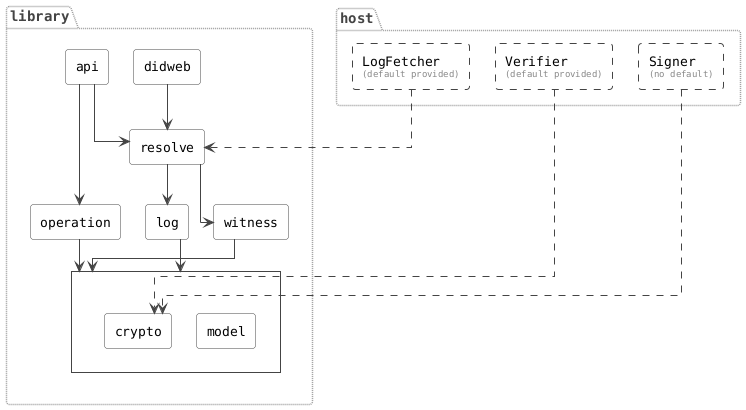
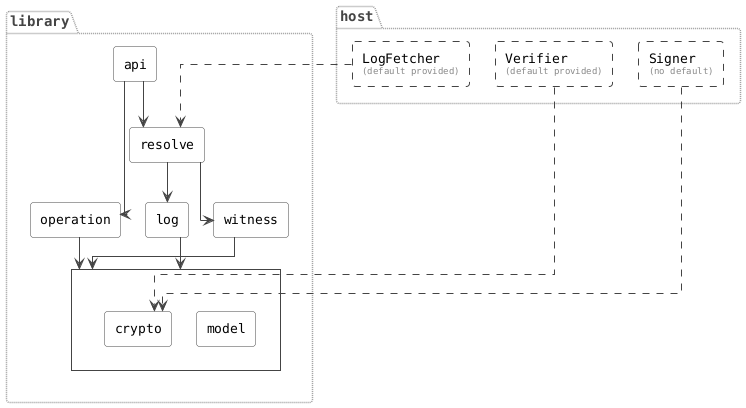
@startuml architecture-overview

' Package-level view of the principal packages and the direction of control
' (not every import), mirroring the abstraction used in the thesis figure it
' substitutes. Deliberately excludes the util/exception packages and the
' shared types in the root package.
'
' model and crypto carry no logic of their own and are used the same way by
' operation, log and witness alike; those three point at the shared "base"
' group with a single arrow rather than at model/crypto separately, so the
' group reads as "uses both" instead of drawing 6 individually crossing
' edges for a 3x2 relationship.

skinparam shadowing false
skinparam nodesep 25
skinparam ranksep 40
skinparam componentStyle rectangle
skinparam defaultFontName "DejaVu Sans Mono"
skinparam defaultFontSize 13
skinparam roundcorner 6
skinparam linetype ortho

skinparam component {
  BackgroundColor White
  BorderColor #444444
  FontSize 13
}
skinparam package {
  BackgroundColor transparent
  BorderColor #999999
  BorderStyle dotted
  FontSize 14
  FontStyle bold
  FontColor #444444
}
skinparam rectangle {
  BorderColor #444444
  RoundCorner 0
}
skinparam ArrowColor #444444

package "library" {
-   together {
-     component "api" as api
-     component "didweb" as didweb
-   }
- 
+   component "api" as api
  component "resolve" as resolve

  together {
    component "operation" as operation
    component "log" as log
    component "witness" as witness
  }

  ' shared base: unlabeled + sharp corners so it reads as a grouping frame,
  ' not a named package (packages are rounded throughout).
  rectangle " " as base {
    component "model" as model
    component "crypto" as crypto
  }
}

' Sub-labels state which of the three host-provided interfaces ship a
' built-in default (LogFetcher: HttpClient-backed; Verifier: DefaultVerifier
' for eddsa-jcs-2022) and which does not (Signer -- a private key can only
' come from the host).
package "host" {
  component "LogFetcher\n<size:9><color:#888888>(default provided)</color></size>" as fetcher #line.dashed
  component "Verifier\n<size:9><color:#888888>(default provided)</color></size>" as verifier #line.dashed
  component "Signer\n<size:9><color:#888888>(no default)</color></size>" as signer #line.dashed
}

api --> operation
api --> resolve
- didweb --> resolve

resolve -[hidden]-> operation
resolve --> log
resolve --> witness

' Declared witness/log/operation (not operation/log/witness) on purpose: with
' 3 incoming edges into the same cluster, Graphviz picks boundary ports by
' declaration order, not by the source's actual x-position. This order is
' the one that lines each arrow up straight under its source; reordering
' (or re-adding the `base -[hidden]right-> host` pins below) reliably makes
' the witness edge detour sideways before dropping in -- verify with the
' rendered output after touching this block.
witness --> base
log --> base
operation --> base

fetcher ..> resolve
verifier ..> crypto
signer ..> crypto

@enduml
